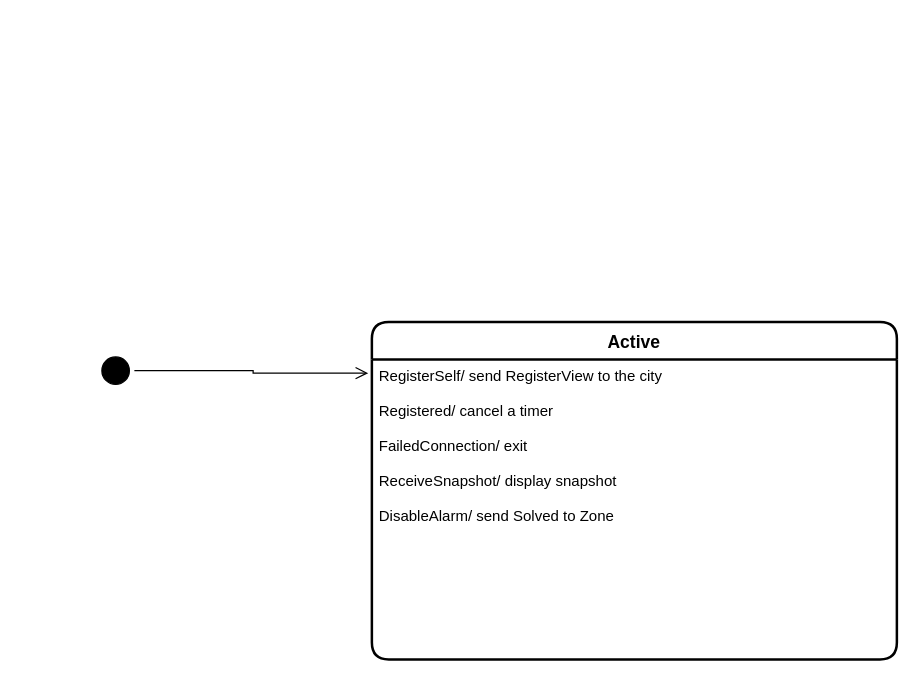
Earlier version of the draw.io diagram doc/resources/diagrams/ViewActorStateDiagram.drawio (jahrim/pcd-assignment-03). Source tidied: cells renumbered, new cells numbered last; positions are measured from the earlier drawing's top-left corner, leaving out a move shared by most shapes. Both pictures are drawn from the tidied source at 125%, with x=0, y=0 at pixel (96, 321).
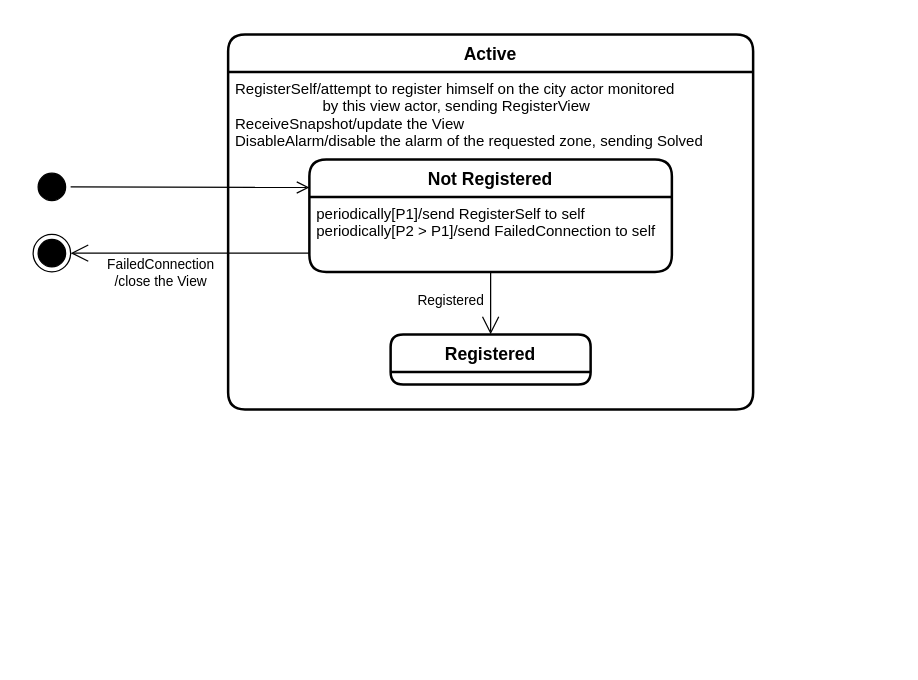
The same page after the edit.

What changed in the source:
```diff
@@
 <mxGraphModel>
   <root>
     <mxCell id="0" />
     <mxCell id="1" parent="0" />
+    <mxCell id="6" style="rounded=0;whiteSpace=wrap;html=1;strokeColor=none;" parent="1" vertex="1">
+      <mxGeometry x="-60" y="-240" width="600" height="320" as="geometry" />
+    </mxCell>
     <mxCell id="2" value="Active" style="swimlane;horizontal=1;startSize=30;rounded=1;fontSize=14;fontStyle=1;strokeWidth=2;shadow=0;dashed=0;align=center;" parent="1" vertex="1">
-      <mxGeometry x="220" width="420" height="270" as="geometry" />
+      <mxGeometry x="105" y="-230" width="420" height="300" as="geometry" />
     </mxCell>
-    <mxCell id="3" value="RegisterSelf/ send RegisterView to the city&#10;&#10;Registered/ cancel a timer &#10;&#10;FailedConnection/ exit&#10;&#10;ReceiveSnapshot/ display snapshot&#10;&#10;DisableAlarm/ send Solved to Zone&#10;                       &#10;&#10;&#10;" style="align=left;strokeColor=none;fillColor=none;spacingLeft=4;fontSize=12;verticalAlign=top;" parent="2" vertex="1">
-      <mxGeometry y="30" width="420" height="240" as="geometry" />
+    <mxCell id="3" value="RegisterSelf/attempt to register himself on the city actor monitored &#10;                     by this view actor, sending RegisterView &#10;ReceiveSnapshot/update the View&#10;DisableAlarm/disable the alarm of the requested zone, sending Solved" style="align=left;strokeColor=none;fillColor=none;spacingLeft=4;fontSize=12;verticalAlign=top;" parent="2" vertex="1">
+      <mxGeometry y="30" width="420" height="270" as="geometry" />
     </mxCell>
     <mxCell id="4" style="ellipse;html=1;shape=startState;fillColor=#000000;strokeColor=#000000;" parent="1" vertex="1">
-      <mxGeometry y="24" width="30" height="30" as="geometry" />
+      <mxGeometry x="-51" y="-123" width="30" height="30" as="geometry" />
     </mxCell>
-    <mxCell id="5" style="edgeStyle=orthogonalEdgeStyle;html=1;verticalAlign=bottom;endArrow=open;endSize=8;strokeColor=#000000;rounded=0;entryX=-0.007;entryY=0.046;entryDx=0;entryDy=0;entryPerimeter=0;" parent="1" edge="1" source="4" target="3">
+    <mxCell id="5" style="html=1;verticalAlign=bottom;endArrow=open;endSize=8;strokeColor=#000000;rounded=0;entryX=0;entryY=0.25;entryDx=0;entryDy=0;" parent="1" edge="1" source="4" target="11">
       <mxGeometry relative="1" as="geometry" />
     </mxCell>
+    <mxCell id="7" style="ellipse;html=1;shape=endState;fillColor=#000000;strokeColor=#000000;" parent="1" vertex="1">
+      <mxGeometry x="-51" y="-70" width="30" height="30" as="geometry" />
+    </mxCell>
+    <mxCell id="8" style="endArrow=open;endFill=1;endSize=12;html=1;rounded=0;exitX=0;exitY=0.75;exitDx=0;exitDy=0;entryX=1;entryY=0.5;entryDx=0;entryDy=0;" parent="1" edge="1" source="12" target="7">
+      <mxGeometry relative="1" as="geometry" />
+    </mxCell>
+    <mxCell id="9" value="FailedConnection&lt;br&gt;/close the View" style="edgeLabel;html=1;align=center;verticalAlign=middle;" parent="8" vertex="1">
+      <mxGeometry x="-0.25" y="1" relative="1" as="geometry">
+        <mxPoint x="-48" y="14" as="offset" />
+      </mxGeometry>
+    </mxCell>
+    <mxCell id="10" value="Registered" style="swimlane;horizontal=1;startSize=30;rounded=1;fontSize=14;fontStyle=1;strokeWidth=2;shadow=0;dashed=0;align=center;strokeColor=#000000;" parent="1" vertex="1">
+      <mxGeometry x="235" y="10" width="160" height="40" as="geometry" />
+    </mxCell>
+    <mxCell id="11" value="Not Registered" style="swimlane;horizontal=1;startSize=30;rounded=1;fontSize=14;fontStyle=1;strokeWidth=2;shadow=0;dashed=0;align=center;strokeColor=#000000;" parent="1" vertex="1">
+      <mxGeometry x="170" y="-130" width="290" height="90" as="geometry" />
+    </mxCell>
+    <mxCell id="12" value="periodically[P1]/send RegisterSelf to self&#10;periodically[P2 &gt; P1]/send FailedConnection to self" style="align=left;strokeColor=none;fillColor=none;spacingLeft=4;fontSize=12;verticalAlign=top;" parent="11" vertex="1">
+      <mxGeometry y="30" width="290" height="60" as="geometry" />
+    </mxCell>
+    <mxCell id="13" style="endArrow=open;endFill=1;endSize=12;html=1;rounded=0;exitX=0.5;exitY=1;exitDx=0;exitDy=0;entryX=0.5;entryY=0;entryDx=0;entryDy=0;" parent="1" edge="1" source="12" target="10">
+      <mxGeometry relative="1" as="geometry" />
+    </mxCell>
+    <mxCell id="14" value="Registered" style="edgeLabel;html=1;align=center;verticalAlign=middle;" parent="13" vertex="1">
+      <mxGeometry x="0.41" relative="1" as="geometry">
+        <mxPoint x="-33" y="-13" as="offset" />
+      </mxGeometry>
+    </mxCell>
   </root>
 </mxGraphModel>
```
